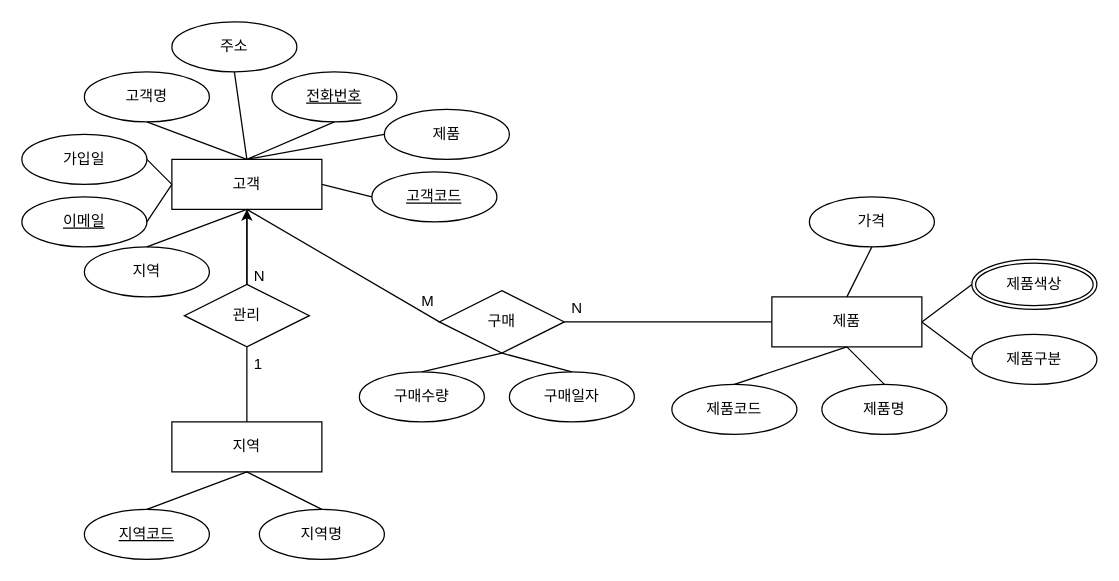
OhJangRyeol/ai8erd keeps this draw.io diagram as page "개념적모델링(ERD)" (1 of 3) of erd.drawio. Above is the earlier version. Source tidied: cells renumbered, new cells numbered last; positions are measured from the earlier drawing's top-left corner, leaving out a move shared by most shapes. Both pictures are drawn from the tidied source at 125%, with x=0, y=0 at pixel (21, 21).
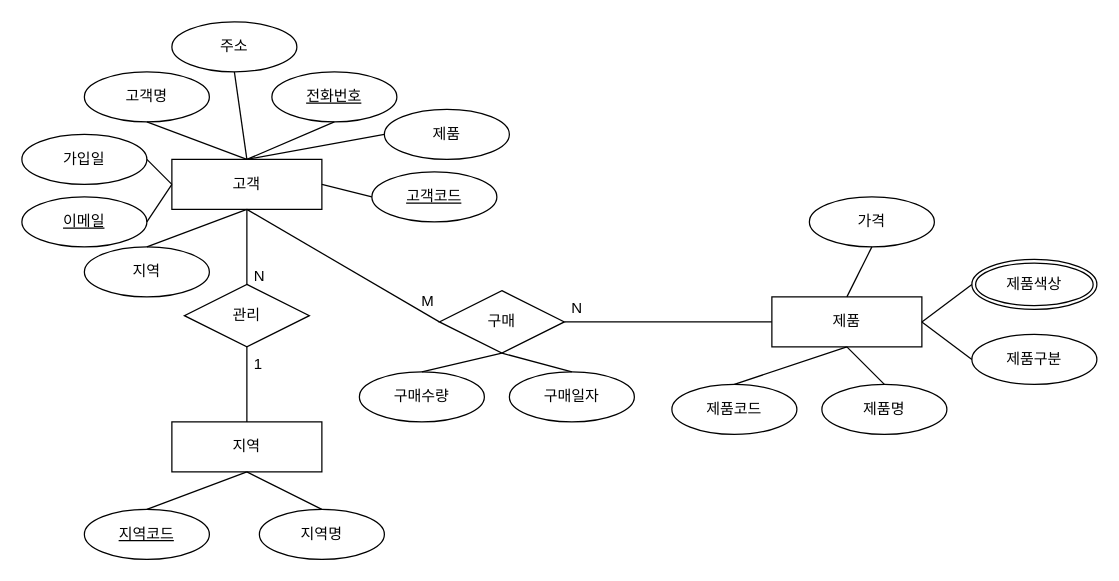
After the change.

The change refers to these unchanged cells:
```xml
<mxCell id="2" value="고객" style="whiteSpace=wrap;html=1;align=center;" parent="1" vertex="1">
  <mxGeometry x="120" y="110" width="120" height="40" as="geometry" />
</mxCell>
<mxCell id="36" value="관리&lt;br&gt;" style="rhombus;whiteSpace=wrap;html=1;" parent="1" vertex="1">
  <mxGeometry x="130" y="210" width="100" height="50" as="geometry" />
</mxCell>
```

Change to the diagram source:
```diff
@@
-    <mxCell id="35" style="edgeStyle=orthogonalEdgeStyle;rounded=0;jettySize=auto;html=1;" parent="1" edge="1" source="36" target="2">
-      <mxGeometry relative="1" as="geometry" />
-    </mxCell>
```
